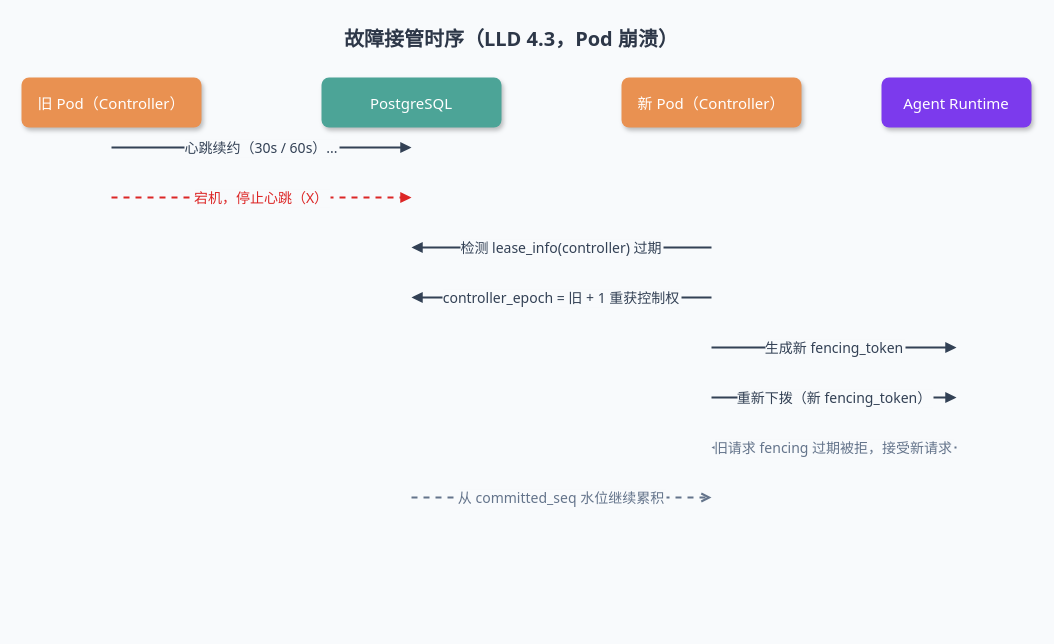
The draw.io diagram page "seq-takeover" (3 of 9) of design/diagrams/drawio/turn-scheduler-lld.drawio in JamesLi-NLP/AgentGateway, before the edit. Source tidied: cells renumbered, new cells numbered last; positions are measured from the earlier drawing's top-left corner, leaving out a move shared by most shapes. Both pictures are drawn from the tidied source at 100%, with x=0, y=0 at pixel (21, 17).
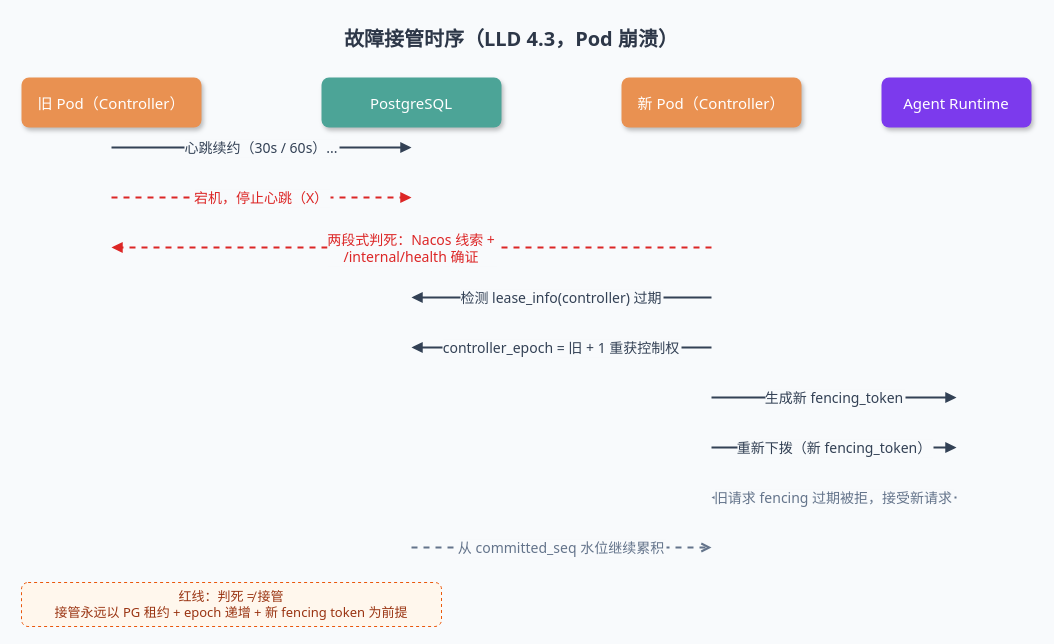
The same diagram, later.

Change to the diagram source:
```diff
@@
-    <mxCell id="9" value="检测 lease_info(controller) 过期" style="edgeStyle=none;html=0;strokeWidth=2;strokeColor=#334155;endArrow=block;fontFamily=system-ui, -apple-system, PingFang SC, Microsoft YaHei, sans-serif;fontSize=14;fontColor=#334155;labelBackgroundColor=#F8FAFC;" parent="1" edge="1">
+    <mxCell id="9" value="两段式判死：Nacos 线索 +&#10;/internal/health 确证" style="edgeStyle=none;html=0;strokeWidth=2;strokeColor=#DC2626;endArrow=block;dashed=1;fontFamily=system-ui, -apple-system, PingFang SC, Microsoft YaHei, sans-serif;fontSize=14;fontColor=#DC2626;labelBackgroundColor=#F8FAFC;" parent="1" edge="1">
       <mxGeometry relative="1" as="geometry">
         <mxPoint x="690" y="230" as="sourcePoint" />
-        <mxPoint x="390" y="230" as="targetPoint" />
+        <mxPoint x="90" y="230" as="targetPoint" />
       </mxGeometry>
     </mxCell>
-    <mxCell id="10" value="controller_epoch = 旧 + 1 重获控制权" style="edgeStyle=none;html=0;strokeWidth=2;strokeColor=#334155;endArrow=block;fontFamily=system-ui, -apple-system, PingFang SC, Microsoft YaHei, sans-serif;fontSize=14;fontColor=#334155;labelBackgroundColor=#F8FAFC;" parent="1" edge="1">
+    <mxCell id="10" value="检测 lease_info(controller) 过期" style="edgeStyle=none;html=0;strokeWidth=2;strokeColor=#334155;endArrow=block;fontFamily=system-ui, -apple-system, PingFang SC, Microsoft YaHei, sans-serif;fontSize=14;fontColor=#334155;labelBackgroundColor=#F8FAFC;" parent="1" edge="1">
       <mxGeometry relative="1" as="geometry">
         <mxPoint x="690" y="280" as="sourcePoint" />
         <mxPoint x="390" y="280" as="targetPoint" />
       </mxGeometry>
     </mxCell>
-    <mxCell id="11" value="生成新 fencing_token" style="edgeStyle=none;html=0;strokeWidth=2;strokeColor=#334155;endArrow=block;fontFamily=system-ui, -apple-system, PingFang SC, Microsoft YaHei, sans-serif;fontSize=14;fontColor=#334155;labelBackgroundColor=#F8FAFC;" parent="1" edge="1">
+    <mxCell id="11" value="controller_epoch = 旧 + 1 重获控制权" style="edgeStyle=none;html=0;strokeWidth=2;strokeColor=#334155;endArrow=block;fontFamily=system-ui, -apple-system, PingFang SC, Microsoft YaHei, sans-serif;fontSize=14;fontColor=#334155;labelBackgroundColor=#F8FAFC;" parent="1" edge="1">
       <mxGeometry relative="1" as="geometry">
         <mxPoint x="690" y="330" as="sourcePoint" />
-        <mxPoint x="935" y="330" as="targetPoint" />
+        <mxPoint x="390" y="330" as="targetPoint" />
       </mxGeometry>
     </mxCell>
-    <mxCell id="12" value="重新下拨（新 fencing_token）" style="edgeStyle=none;html=0;strokeWidth=2;strokeColor=#334155;endArrow=block;fontFamily=system-ui, -apple-system, PingFang SC, Microsoft YaHei, sans-serif;fontSize=14;fontColor=#334155;labelBackgroundColor=#F8FAFC;" parent="1" edge="1">
+    <mxCell id="12" value="生成新 fencing_token" style="edgeStyle=none;html=0;strokeWidth=2;strokeColor=#334155;endArrow=block;fontFamily=system-ui, -apple-system, PingFang SC, Microsoft YaHei, sans-serif;fontSize=14;fontColor=#334155;labelBackgroundColor=#F8FAFC;" parent="1" edge="1">
       <mxGeometry relative="1" as="geometry">
         <mxPoint x="690" y="380" as="sourcePoint" />
         <mxPoint x="935" y="380" as="targetPoint" />
       </mxGeometry>
     </mxCell>
-    <mxCell id="13" value="旧请求 fencing 过期被拒，接受新请求" style="edgeStyle=none;html=0;strokeWidth=2;strokeColor=#64748B;endArrow=open;dashed=1;fontFamily=system-ui, -apple-system, PingFang SC, Microsoft YaHei, sans-serif;fontSize=14;fontColor=#64748B;labelBackgroundColor=#F8FAFC;" parent="1" edge="1">
+    <mxCell id="13" value="重新下拨（新 fencing_token）" style="edgeStyle=none;html=0;strokeWidth=2;strokeColor=#334155;endArrow=block;fontFamily=system-ui, -apple-system, PingFang SC, Microsoft YaHei, sans-serif;fontSize=14;fontColor=#334155;labelBackgroundColor=#F8FAFC;" parent="1" edge="1">
       <mxGeometry relative="1" as="geometry">
-        <mxPoint x="935" y="430" as="sourcePoint" />
-        <mxPoint x="690" y="430" as="targetPoint" />
+        <mxPoint x="690" y="430" as="sourcePoint" />
+        <mxPoint x="935" y="430" as="targetPoint" />
       </mxGeometry>
     </mxCell>
-    <mxCell id="14" value="从 committed_seq 水位继续累积" style="edgeStyle=none;html=0;strokeWidth=2;strokeColor=#64748B;endArrow=open;dashed=1;fontFamily=system-ui, -apple-system, PingFang SC, Microsoft YaHei, sans-serif;fontSize=14;fontColor=#64748B;labelBackgroundColor=#F8FAFC;" parent="1" edge="1">
+    <mxCell id="14" value="旧请求 fencing 过期被拒，接受新请求" style="edgeStyle=none;html=0;strokeWidth=2;strokeColor=#64748B;endArrow=open;dashed=1;fontFamily=system-ui, -apple-system, PingFang SC, Microsoft YaHei, sans-serif;fontSize=14;fontColor=#64748B;labelBackgroundColor=#F8FAFC;" parent="1" edge="1">
       <mxGeometry relative="1" as="geometry">
-        <mxPoint x="390" y="480" as="sourcePoint" />
+        <mxPoint x="935" y="480" as="sourcePoint" />
         <mxPoint x="690" y="480" as="targetPoint" />
       </mxGeometry>
     </mxCell>
+    <mxCell id="15" value="从 committed_seq 水位继续累积" style="edgeStyle=none;html=0;strokeWidth=2;strokeColor=#64748B;endArrow=open;dashed=1;fontFamily=system-ui, -apple-system, PingFang SC, Microsoft YaHei, sans-serif;fontSize=14;fontColor=#64748B;labelBackgroundColor=#F8FAFC;" parent="1" edge="1">
+      <mxGeometry relative="1" as="geometry">
+        <mxPoint x="390" y="530" as="sourcePoint" />
+        <mxPoint x="690" y="530" as="targetPoint" />
+      </mxGeometry>
+    </mxCell>
+    <mxCell id="16" value="红线：判死 ≠ 接管&#10;接管永远以 PG 租约 + epoch 递增 + 新 fencing token 为前提" style="rounded=1;whiteSpace=wrap;html=0;fillColor=#FFF7ED;strokeColor=#EA580C;dashed=1;fontFamily=system-ui, -apple-system, PingFang SC, Microsoft YaHei, sans-serif;fontSize=13;fontColor=#9A3412;verticalAlign=middle;align=center;" parent="1" vertex="1">
+      <mxGeometry y="565" width="420" height="44" as="geometry" />
+    </mxCell>
```
